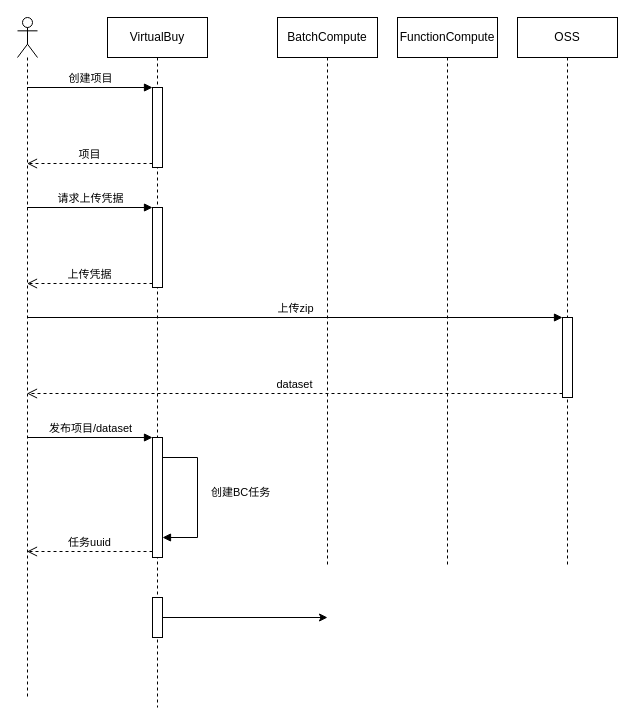
This is WHT.drawio from journeylee/draws, a draw.io file, before an edit. Source tidied: cells renumbered, new cells numbered last; positions are measured from the earlier drawing's top-left corner, leaving out a move shared by most shapes. Both pictures are drawn from the tidied source at 100%, with x=0, y=0 at pixel (17, 17).
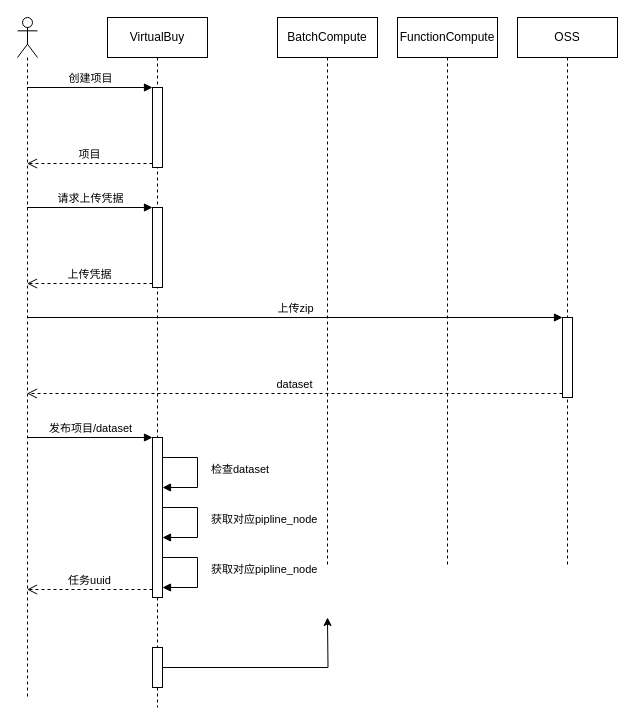
The same diagram, later.

The change refers to these unchanged cells:
```xml
<mxCell id="2" value="VirtualBuy" style="shape=umlLifeline;perimeter=lifelinePerimeter;whiteSpace=wrap;html=1;" parent="1" vertex="1">
  <mxGeometry x="90" width="100" height="690" as="geometry" />
</mxCell>
```

What changed in the source:
```diff
@@
     <mxCell id="5" style="html=1;points=[];perimeter=orthogonalPerimeter;" parent="2" vertex="1">
-      <mxGeometry x="45" y="420" width="10" height="120" as="geometry" />
+      <mxGeometry x="45" y="420" width="10" height="160" as="geometry" />
     </mxCell>
     <mxCell id="6" style="html=1;points=[];perimeter=orthogonalPerimeter;" parent="2" vertex="1">
-      <mxGeometry x="45" y="580" width="10" height="40" as="geometry" />
+      <mxGeometry x="45" y="630" width="10" height="40" as="geometry" />
     </mxCell>
-    <mxCell id="7" value="创建BC任务" style="edgeStyle=orthogonalEdgeStyle;html=1;align=left;spacingLeft=2;endArrow=block;rounded=0;" parent="2" edge="1" source="5" target="5">
+    <mxCell id="7" value="检查dataset" style="edgeStyle=orthogonalEdgeStyle;html=1;align=left;spacingLeft=2;endArrow=block;rounded=0;" parent="2" edge="1" source="5" target="5">
       <mxGeometry x="-0.07" y="10" relative="1" as="geometry">
         <Array as="points">
           <mxPoint x="90" y="440" />
-          <mxPoint x="90" y="520" />
+          <mxPoint x="90" y="470" />
         </Array>
       </mxGeometry>
     </mxCell>
+    <mxCell id="22" value="获取对应pipline_node" style="edgeStyle=orthogonalEdgeStyle;html=1;align=left;spacingLeft=2;endArrow=block;rounded=0;" parent="2" edge="1">
+      <mxGeometry x="-0.07" y="10" relative="1" as="geometry">
+        <mxPoint x="55" y="490" as="sourcePoint" />
+        <mxPoint x="55" y="520" as="targetPoint" />
+        <Array as="points">
+          <mxPoint x="90" y="490" />
+          <mxPoint x="90" y="520" />
+        </Array>
+      </mxGeometry>
+    </mxCell>
+    <mxCell id="23" value="获取对应pipline_node" style="edgeStyle=orthogonalEdgeStyle;html=1;align=left;spacingLeft=2;endArrow=block;rounded=0;" parent="2" edge="1">
+      <mxGeometry x="-0.07" y="10" relative="1" as="geometry">
+        <mxPoint x="55" y="540" as="sourcePoint" />
+        <mxPoint x="55" y="570" as="targetPoint" />
+        <Array as="points">
+          <mxPoint x="90" y="540" />
+          <mxPoint x="90" y="570" />
+        </Array>
+      </mxGeometry>
+    </mxCell>
```
